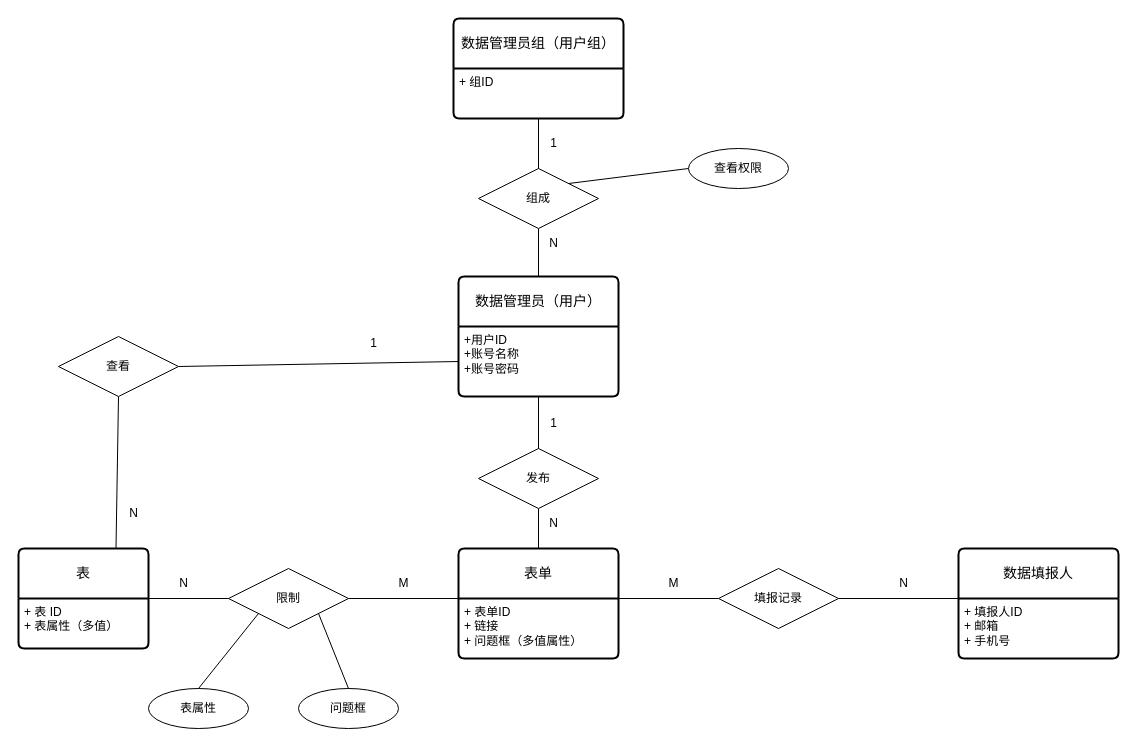
Iaiolk/VerilogCDE keeps this draw.io diagram as page "Page-1" (1 of 2) of 软工课设.drawio. Above is the earlier version. Source tidied: cells renumbered, new cells numbered last; positions are measured from the earlier drawing's top-left corner, leaving out a move shared by most shapes. Both pictures are drawn from the tidied source at 100%, with x=0, y=0 at pixel (18, 18).
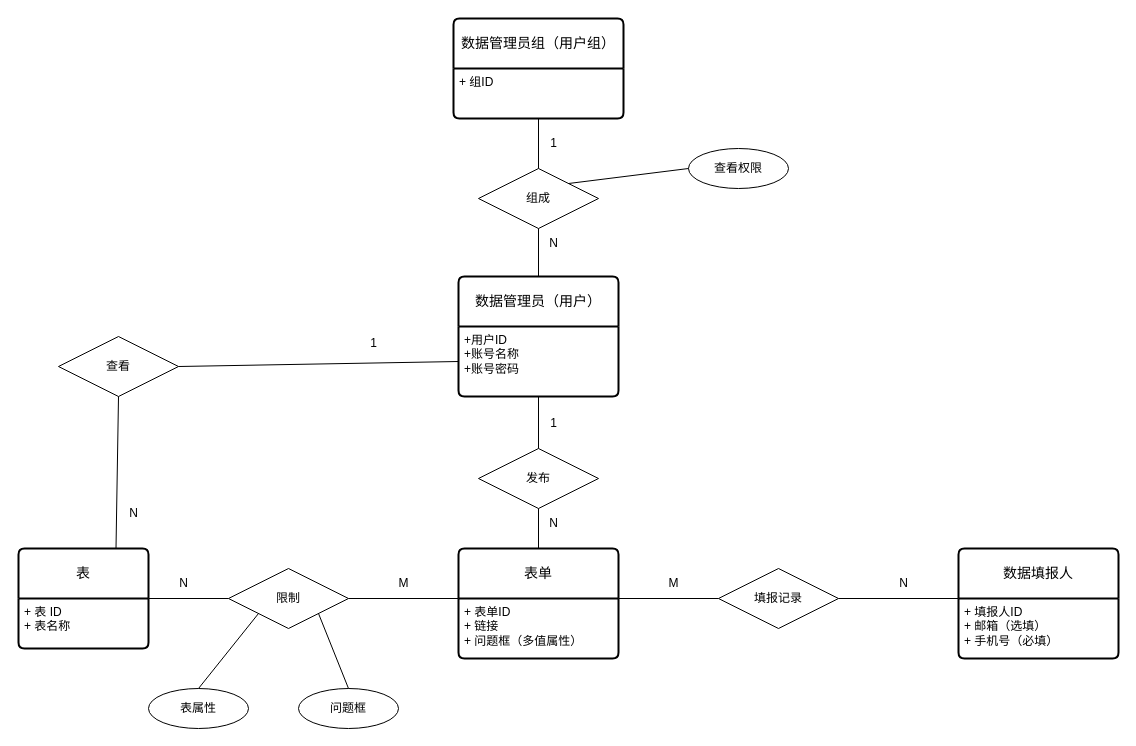
The same page after the edit.

Unchanged cells that the change refers to:
```xml
<mxCell id="4" value="数据填报人" style="swimlane;horizontal=1;startSize=50;rounded=1;fontSize=14;fontStyle=0;strokeWidth=2;shadow=0;dashed=0;align=center;arcSize=4;whiteSpace=wrap;html=1;" parent="1" vertex="1">
  <mxGeometry x="940" y="530" width="160" height="110" as="geometry" />
</mxCell>
<mxCell id="20" value="表" style="swimlane;horizontal=1;startSize=50;rounded=1;fontSize=14;fontStyle=0;strokeWidth=2;shadow=0;dashed=0;align=center;arcSize=4;whiteSpace=wrap;html=1;" parent="1" vertex="1">
  <mxGeometry y="530" width="130" height="100" as="geometry" />
</mxCell>
```

Change to the diagram source:
```diff
@@
-    <mxCell id="5" value="+ 填报人ID&lt;br&gt;+ 邮箱&lt;br&gt;+ 手机号" style="align=left;strokeColor=none;fillColor=none;spacingLeft=4;fontSize=12;verticalAlign=top;html=1;" parent="4" vertex="1">
+    <mxCell id="5" value="+ 填报人ID&lt;br&gt;+ 邮箱（选填）&lt;br&gt;+ 手机号（必填）" style="align=left;strokeColor=none;fillColor=none;spacingLeft=4;fontSize=12;verticalAlign=top;html=1;" parent="4" vertex="1">
       <mxGeometry y="50" width="160" height="60" as="geometry" />
     </mxCell>
@@
-    <mxCell id="21" value="+ 表 ID&lt;br&gt;+ 表属性（多值）" style="align=left;strokeColor=none;fillColor=none;spacingLeft=4;fontSize=12;verticalAlign=top;html=1;" parent="20" vertex="1">
+    <mxCell id="21" value="+ 表 ID&lt;br&gt;+ 表名称" style="align=left;strokeColor=none;fillColor=none;spacingLeft=4;fontSize=12;verticalAlign=top;html=1;" parent="20" vertex="1">
       <mxGeometry y="50" width="130" height="50" as="geometry" />
     </mxCell>
```
